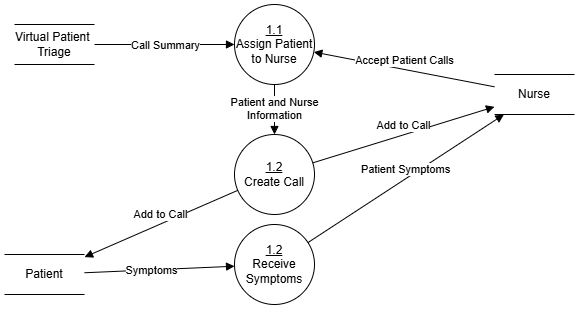
This is AmirWork/M3/Level1DFDNurseHotline.drawio.png from SENG-350-2024-fall/Team9, a draw.io export, as it was before one commit. Source tidied: cells renumbered, new cells last; positions are measured from the earlier drawing's top-left corner, leaving out a move shared by most shapes. Its diagram source:
```xml
<mxGraphModel>
  <root>
    <mxCell id="0" />
    <mxCell id="1" parent="0" />
    <mxCell id="2" style="html=1;verticalAlign=bottom;endArrow=block;curved=0;rounded=0;" parent="1" edge="1" source="16" target="4">
      <mxGeometry relative="1" as="geometry" />
    </mxCell>
    <mxCell id="3" value="Call Summary" style="edgeLabel;html=1;align=center;verticalAlign=middle;" parent="2" vertex="1">
      <mxGeometry x="-0.14" y="3" relative="1" as="geometry">
        <mxPoint x="10" y="3" as="offset" />
      </mxGeometry>
    </mxCell>
    <mxCell id="4" value="&lt;u&gt;1.1&lt;/u&gt;&lt;div&gt;Assign Patient to Nurse&lt;/div&gt;" style="ellipse;whiteSpace=wrap;html=1;" parent="1" vertex="1">
      <mxGeometry x="230" width="80" height="80" as="geometry" />
    </mxCell>
    <mxCell id="5" value="Nurse" style="shape=partialRectangle;whiteSpace=wrap;html=1;left=0;right=0;fillColor=none;" parent="1" vertex="1">
      <mxGeometry x="490" y="70" width="80" height="40" as="geometry" />
    </mxCell>
    <mxCell id="6" value="Accept Patient Calls" style="html=1;verticalAlign=bottom;endArrow=block;curved=0;rounded=0;" parent="1" edge="1" source="5" target="4">
      <mxGeometry relative="1" as="geometry" />
    </mxCell>
    <mxCell id="7" value="&lt;u&gt;1.2&lt;/u&gt;&lt;div&gt;Receive Symptoms&lt;/div&gt;" style="ellipse;whiteSpace=wrap;html=1;" parent="1" vertex="1">
      <mxGeometry x="230" y="220" width="80" height="80" as="geometry" />
    </mxCell>
    <mxCell id="8" value="&lt;u&gt;1.2&lt;/u&gt;&lt;div&gt;Create Call&lt;/div&gt;" style="ellipse;whiteSpace=wrap;html=1;" parent="1" vertex="1">
      <mxGeometry x="230" y="130" width="80" height="80" as="geometry" />
    </mxCell>
    <mxCell id="9" value="Patient" style="shape=partialRectangle;whiteSpace=wrap;html=1;left=0;right=0;fillColor=none;" parent="1" vertex="1">
      <mxGeometry y="250" width="80" height="40" as="geometry" />
    </mxCell>
    <mxCell id="10" style="html=1;verticalAlign=bottom;endArrow=block;curved=0;rounded=0;" parent="1" edge="1" source="9" target="7">
      <mxGeometry relative="1" as="geometry" />
    </mxCell>
    <mxCell id="11" value="Symptoms" style="edgeLabel;html=1;align=center;verticalAlign=middle;" parent="10" vertex="1">
      <mxGeometry x="-0.11" relative="1" as="geometry" />
    </mxCell>
    <mxCell id="12" value="Patient Symptoms" style="html=1;verticalAlign=bottom;endArrow=block;curved=0;rounded=0;" parent="1" edge="1" source="7" target="5">
      <mxGeometry relative="1" as="geometry" />
    </mxCell>
    <mxCell id="13" value="Add to Call" style="html=1;verticalAlign=bottom;endArrow=block;curved=0;rounded=0;" parent="1" edge="1" source="8" target="5">
      <mxGeometry relative="1" as="geometry" />
    </mxCell>
    <mxCell id="14" value="Add to Call" style="html=1;verticalAlign=bottom;endArrow=block;curved=0;rounded=0;" parent="1" edge="1" source="8" target="9">
      <mxGeometry relative="1" as="geometry" />
    </mxCell>
    <mxCell id="15" value="Patient and Nurse&lt;div&gt;Information&lt;/div&gt;" style="html=1;verticalAlign=bottom;endArrow=block;curved=0;rounded=0;" parent="1" edge="1" source="4" target="8">
      <mxGeometry x="0.6" relative="1" as="geometry" />
    </mxCell>
    <mxCell id="16" value="Virtual Patient&amp;nbsp;&lt;div&gt;Triage&lt;/div&gt;" style="shape=partialRectangle;whiteSpace=wrap;html=1;left=0;right=0;fillColor=none;" parent="1" vertex="1">
      <mxGeometry x="10" y="20" width="80" height="40" as="geometry" />
    </mxCell>
  </root>
</mxGraphModel>
```
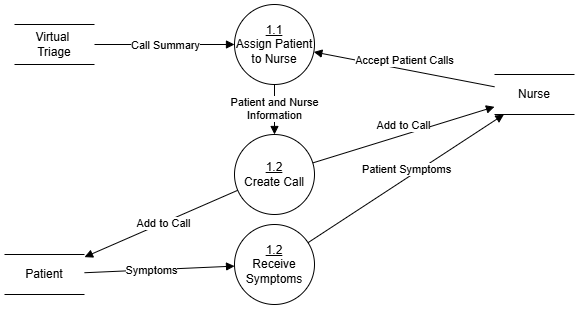
After the change.

The edit, as a diff of the source:
```diff
@@ -40,13 +40,16 @@
     <mxCell id="13" value="Add to Call" style="html=1;verticalAlign=bottom;endArrow=block;curved=0;rounded=0;" parent="1" edge="1" source="8" target="5">
       <mxGeometry relative="1" as="geometry" />
     </mxCell>
-    <mxCell id="14" value="Add to Call" style="html=1;verticalAlign=bottom;endArrow=block;curved=0;rounded=0;" parent="1" edge="1" source="8" target="9">
+    <mxCell id="14" style="html=1;verticalAlign=bottom;endArrow=block;curved=0;rounded=0;" parent="1" edge="1" source="8" target="9">
       <mxGeometry relative="1" as="geometry" />
     </mxCell>
+    <mxCell id="17" value="Add to Call" style="edgeLabel;html=1;align=center;verticalAlign=middle;" parent="14" vertex="1">
+      <mxGeometry x="-0.03" relative="1" as="geometry" />
+    </mxCell>
     <mxCell id="15" value="Patient and Nurse&lt;div&gt;Information&lt;/div&gt;" style="html=1;verticalAlign=bottom;endArrow=block;curved=0;rounded=0;" parent="1" edge="1" source="4" target="8">
       <mxGeometry x="0.6" relative="1" as="geometry" />
     </mxCell>
-    <mxCell id="16" value="Virtual Patient&amp;nbsp;&lt;div&gt;Triage&lt;/div&gt;" style="shape=partialRectangle;whiteSpace=wrap;html=1;left=0;right=0;fillColor=none;" parent="1" vertex="1">
+    <mxCell id="16" value="Virtual&amp;nbsp;&lt;div&gt;Triage&lt;/div&gt;" style="shape=partialRectangle;whiteSpace=wrap;html=1;left=0;right=0;fillColor=none;" parent="1" vertex="1">
       <mxGeometry x="10" y="20" width="80" height="40" as="geometry" />
     </mxCell>
   </root>
```
